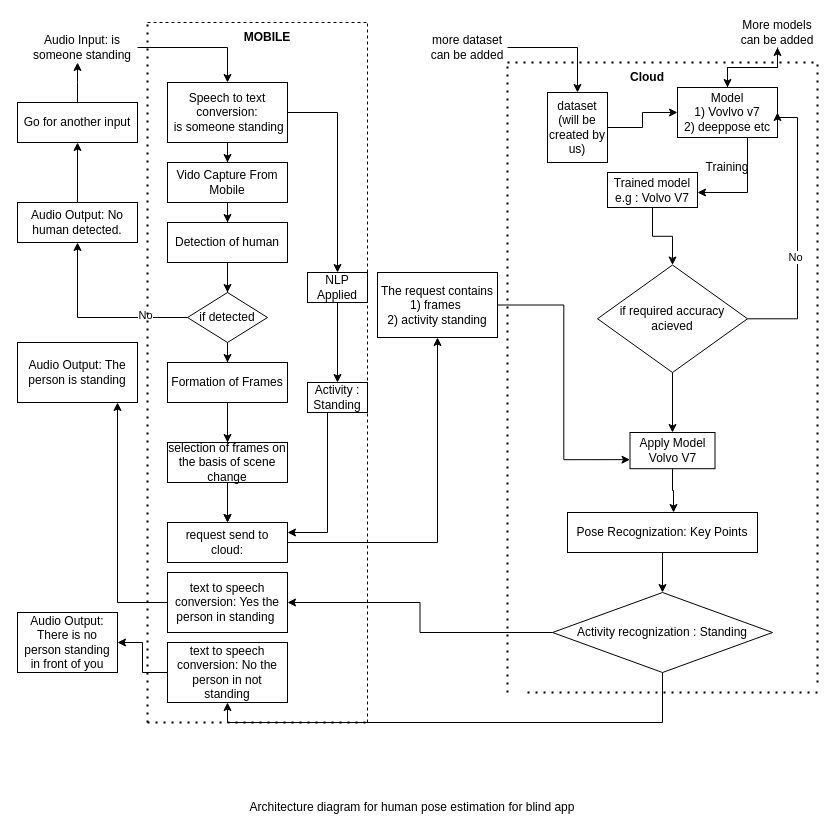
Above: ArchectectureDaigram.drawio in ahmad2001hotmailyahoo/ahmad-arc (draw.io), before the change. Source tidied: cells renumbered, new cells numbered last; positions are measured from the earlier drawing's top-left corner, leaving out a move shared by most shapes. Both pictures are drawn from the tidied source at 100%, with x=0, y=0 at pixel (17, 17).
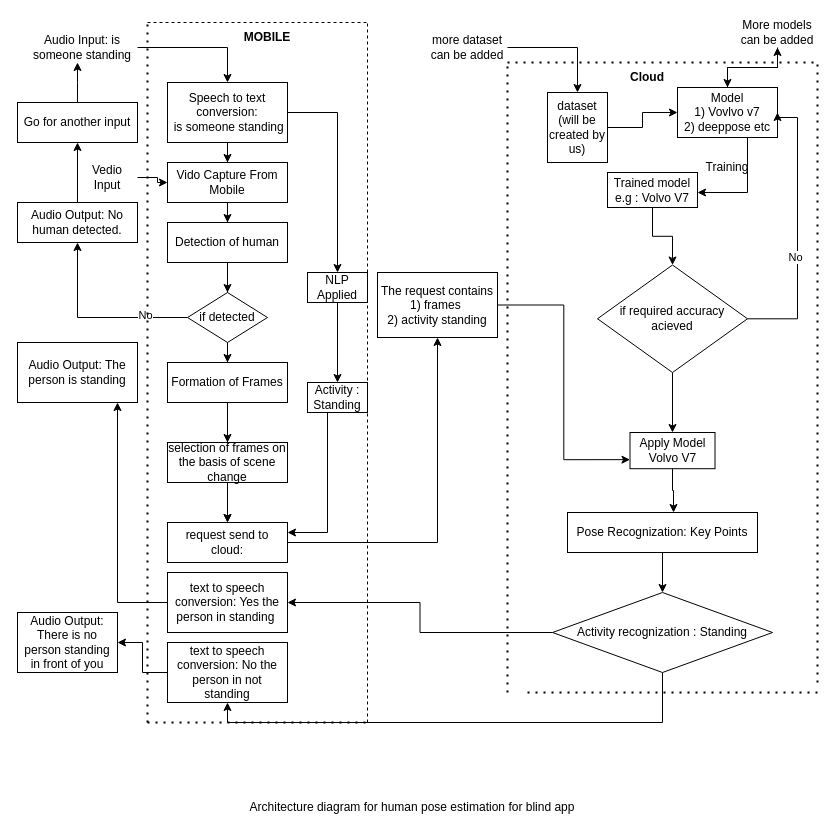
The same page after the edit.

Unchanged cells that the change refers to:
```xml
<mxCell id="9" value="Vido Capture From Mobile" style="whiteSpace=wrap;html=1;" parent="1" vertex="1">
  <mxGeometry x="150" y="145" width="120" height="40" as="geometry" />
</mxCell>
```

Diff of the diagram source:
```diff
@@
+    <mxCell id="72" style="edgeStyle=orthogonalEdgeStyle;rounded=0;jettySize=auto;html=1;" parent="1" edge="1" source="73" target="9">
+      <mxGeometry relative="1" as="geometry" />
+    </mxCell>
+    <mxCell id="73" value="Vedio Input" style="text;html=1;strokeColor=none;fillColor=none;align=center;verticalAlign=middle;whiteSpace=wrap;rounded=0;" parent="1" vertex="1">
+      <mxGeometry x="60" y="145" width="60" height="30" as="geometry" />
+    </mxCell>
```
